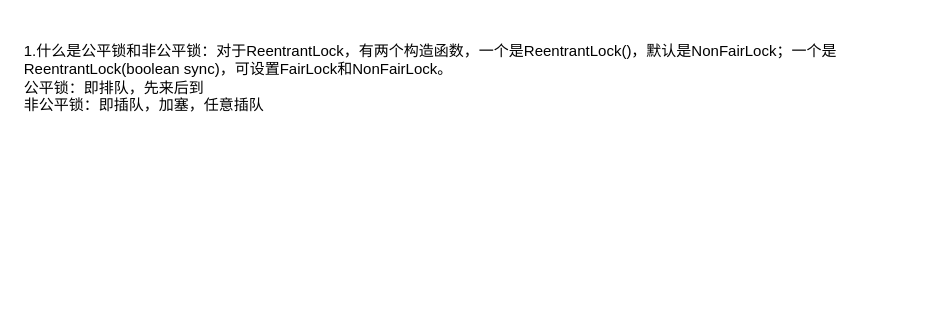
qouson/my-Java-note keeps this draw.io diagram as Java基础/多线程/Java锁.drawio. Above is the earlier version. Source tidied: cells renumbered, new cells numbered last; positions are measured from the earlier drawing's top-left corner, leaving out a move shared by most shapes. Both pictures are drawn from the tidied source at 125%, with x=0, y=0 at pixel (21, 21).
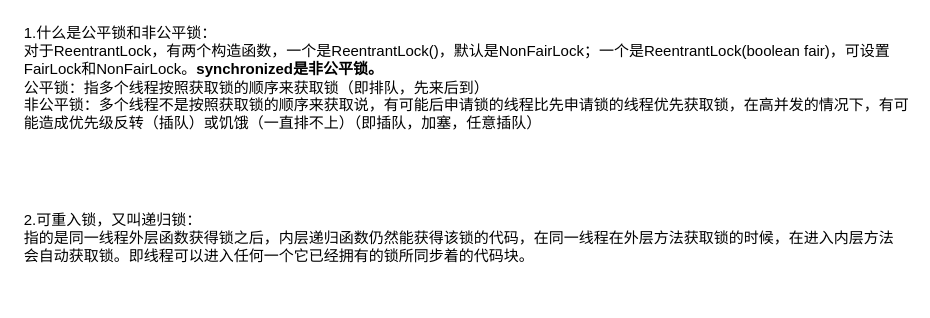
The same diagram, later.

Change to the diagram source:
```diff
@@
 <mxGraphModel>
   <root>
     <mxCell id="0" />
     <mxCell id="1" parent="0" />
-    <mxCell id="2" value="&lt;div align=&quot;left&quot;&gt;1.什么是公平锁和非公平锁：对于ReentrantLock，有两个构造函数，一个是ReentrantLock()，默认是NonFairLock；一个是ReentrantLock(boolean sync)，可设置FairLock和NonFairLock。&lt;/div&gt;&lt;div align=&quot;left&quot;&gt;公平锁：即排队，先来后到&lt;/div&gt;&lt;div align=&quot;left&quot;&gt;非公平锁：即插队，加塞，任意插队&lt;br&gt;&lt;/div&gt;" style="text;html=1;strokeColor=none;fillColor=none;align=left;verticalAlign=middle;whiteSpace=wrap;rounded=0;" parent="1" vertex="1">
+    <mxCell id="2" value="&lt;div align=&quot;left&quot;&gt;1.什么是公平锁和非公平锁：&lt;/div&gt;&lt;div align=&quot;left&quot;&gt;对于ReentrantLock，有两个构造函数，一个是ReentrantLock()，默认是NonFairLock；一个是ReentrantLock(boolean fair)，可设置FairLock和NonFairLock。&lt;b&gt;synchronized是非公平锁。&lt;/b&gt;&lt;/div&gt;&lt;div align=&quot;left&quot;&gt;公平锁：指多个线程按照获取锁的顺序来获取锁（即排队，先来后到）&lt;/div&gt;&lt;div align=&quot;left&quot;&gt;非公平锁：多个线程不是按照获取锁的顺序来获取说，有可能后申请锁的线程比先申请锁的线程优先获取锁，在高并发的情况下，有可能造成优先级反转（插队）或饥饿（一直排不上）（即插队，加塞，任意插队）&lt;br&gt;&lt;/div&gt;" style="text;html=1;strokeColor=none;fillColor=none;align=left;verticalAlign=middle;whiteSpace=wrap;rounded=0;" parent="1" vertex="1">
       <mxGeometry width="710" height="90" as="geometry" />
     </mxCell>
+    <mxCell id="3" value="&lt;div align=&quot;left&quot;&gt;2.可重入锁，又叫递归锁：&lt;/div&gt;&lt;div align=&quot;left&quot;&gt;指的是同一线程外层函数获得锁之后，内层递归函数仍然能获得该锁的代码，在同一线程在外层方法获取锁的时候，在进入内层方法会自动获取锁。即线程可以进入任何一个它已经拥有的锁所同步着的代码块。&lt;br&gt;&lt;/div&gt;&lt;div align=&quot;left&quot;&gt;&lt;br&gt;&lt;/div&gt;" style="text;html=1;strokeColor=none;fillColor=none;align=left;verticalAlign=middle;whiteSpace=wrap;rounded=0;" parent="1" vertex="1">
+      <mxGeometry y="140" width="700" height="80" as="geometry" />
+    </mxCell>
   </root>
 </mxGraphModel>
```
